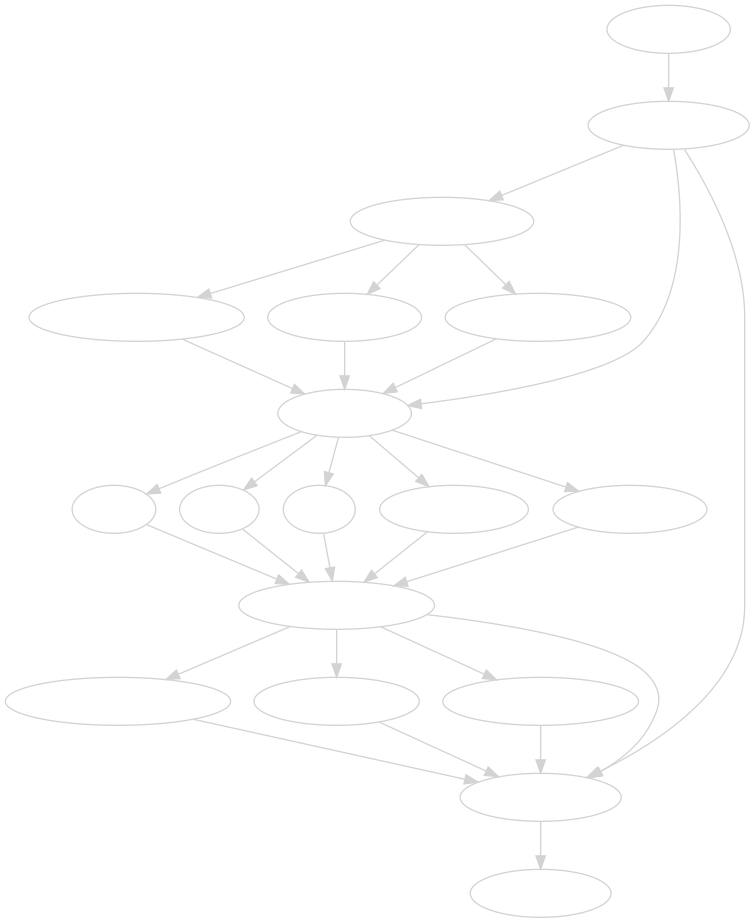
wactbprot/devhub keeps this Graphviz diagram as resources/req-res.png. Above is the earlier version. Its source is kept beside it as resources/req-res.dot. Its diagram source:
```dot
digraph  regexp {

        bgcolor=transparent
        node[color=lightgray, fontcolor=white]
        edge[color=lightgray]

        req [label="request", URL="", tooltip="incomming request"];
        res [label="response", URL="", tooltip="outgoing response"];
        j2m [label="json->map", URL="", tooltip="decode json to clojure map"];

        pre [label="pre dispatch", URL="", tooltip="pre-scripts or pre-processing"];
        pre_js [label=":PreProcessing", URL="", tooltip="pre-processing of js code"];
        pre_clj [label=":PreScript", URL="", tooltip="clojure functions"];
        pre_py  [label=":PreScriptPy", URL="", tooltip="pre-scripts with python3"];

        disp [label="dispatch", URL="", tooltip="dispatch"];
        stub [label="stub", URL="", tooltip="pre defind responses"];
        tcp [label="TCP", URL="", tooltip="requests to tcp devices"];
        vxi [label="VXI", URL="", tooltip="requests to vxi devices"];
        modbus [label="MODBUS", URL="", tooltip="requests to modbus devices"];
        exec [label="EXECUTE", URL="", tooltip="execution of commands"];


        post [label="post dispatch", URL="", tooltip="post-scripts or post-processing"];
        post_js [label=":PostProcessing", URL="", tooltip="post-processing of js code"];
        post_clj [label=":PostScript", URL="", tooltip="clojure functions"];
        post_py  [label=":PostScriptPy", URL="", tooltip="post-scripts with python3"];

        m2j [label="map->json", URL="", tooltip="clojure map to decode json"];

        req -> j2m
        j2m -> disp

        j2m -> pre
        pre -> pre_js
        pre -> pre_py
        pre -> pre_clj

        pre_js ->disp
        pre_py ->disp
        pre_clj->disp

        disp -> stub

        disp -> tcp
        disp -> vxi
        disp -> exec
        disp -> modbus

        tcp   -> post
        vxi   -> post
        exec  -> post
        modbus-> post
        stub -> post

        post -> m2j
        post -> post_js
        post -> post_py
        post -> post_clj

        post_js -> m2j
        post_py -> m2j
        post_clj-> m2j

        j2m -> m2j


        m2j -> res
}
```
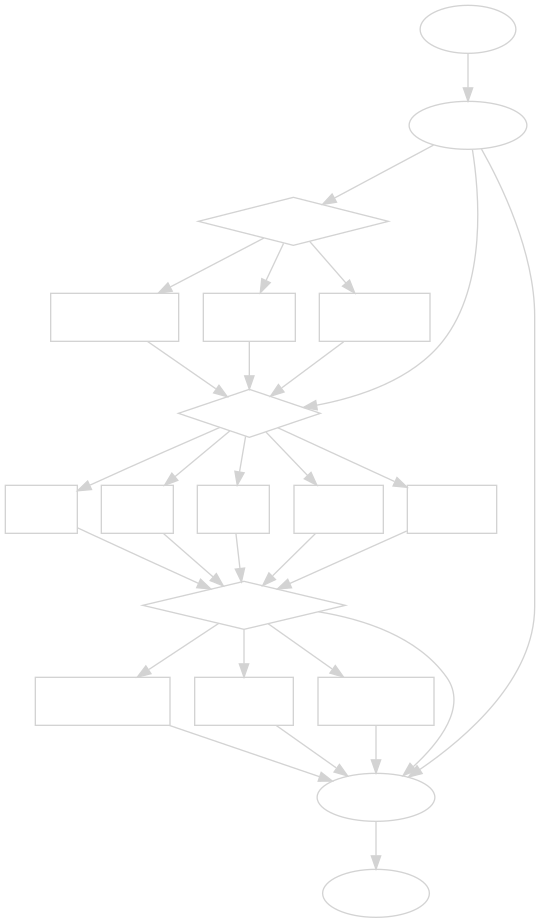
The same file after the commit.

Diff of the diagram source:
```diff
@@ -1,30 +1,33 @@
 digraph  regexp {
 
         bgcolor=transparent
-        node[color=lightgray, fontcolor=white]
+        node[color=lightgray,
+             fontcolor=white,
+             fontname="Ubuntu",
+	     fontsize=12]
         edge[color=lightgray]
 
         req [label="request", URL="", tooltip="incomming request"];
         res [label="response", URL="", tooltip="outgoing response"];
         j2m [label="json->map", URL="", tooltip="decode json to clojure map"];
 
-        pre [label="pre dispatch", URL="", tooltip="pre-scripts or pre-processing"];
-        pre_js [label=":PreProcessing", URL="", tooltip="pre-processing of js code"];
-        pre_clj [label=":PreScript", URL="", tooltip="clojure functions"];
-        pre_py  [label=":PreScriptPy", URL="", tooltip="pre-scripts with python3"];
+        pre [shape=diamond, label="pre dispatch", URL="", tooltip="pre-scripts or pre-processing"];
+        pre_js [shape=box, label=":PreProcessing", URL="", tooltip="pre-processing of js code"];
+        pre_clj [shape=box, label=":PreScript", URL="", tooltip="clojure functions"];
+        pre_py  [shape=box, label=":PreScriptPy", URL="", tooltip="pre-scripts with python3"];
 
-        disp [label="dispatch", URL="", tooltip="dispatch"];
-        stub [label="stub", URL="", tooltip="pre defind responses"];
-        tcp [label="TCP", URL="", tooltip="requests to tcp devices"];
-        vxi [label="VXI", URL="", tooltip="requests to vxi devices"];
-        modbus [label="MODBUS", URL="", tooltip="requests to modbus devices"];
-        exec [label="EXECUTE", URL="", tooltip="execution of commands"];
+        disp [shape=diamond, label="dispatch", URL="", tooltip="dispatch"];
+        stub [shape=box, label="stub", URL="", tooltip="pre defind responses"];
+        tcp [shape=box, label="TCP", URL="", tooltip="requests to tcp devices"];
+        vxi [shape=box, label="VXI", URL="", tooltip="requests to vxi devices"];
+        modbus [shape=box, label="MODBUS", URL="", tooltip="requests to modbus devices"];
+        exec [shape=box, label="EXECUTE", URL="", tooltip="execution of commands"];
 
 
-        post [label="post dispatch", URL="", tooltip="post-scripts or post-processing"];
-        post_js [label=":PostProcessing", URL="", tooltip="post-processing of js code"];
-        post_clj [label=":PostScript", URL="", tooltip="clojure functions"];
-        post_py  [label=":PostScriptPy", URL="", tooltip="post-scripts with python3"];
+        post [shape=diamond, label="post dispatch", URL="", tooltip="post-scripts or post-processing"];
+        post_js [shape=box, label=":PostProcessing", URL="", tooltip="post-processing of js code"];
+        post_clj [shape=box, label=":PostScript", URL="", tooltip="clojure functions"];
+        post_py  [shape=box, label=":PostScriptPy", URL="", tooltip="post-scripts with python3"];
 
         m2j [label="map->json", URL="", tooltip="clojure map to decode json"];
 
```
